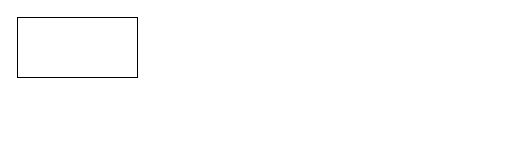
The draw.io diagram 未命名绘图.drawio in chalme/image, before the edit. Source tidied: cells renumbered, new cells numbered last; positions are measured from the earlier drawing's top-left corner, leaving out a move shared by most shapes. Both pictures are drawn from the tidied source at 100%, with x=0, y=0 at pixel (17, 17).
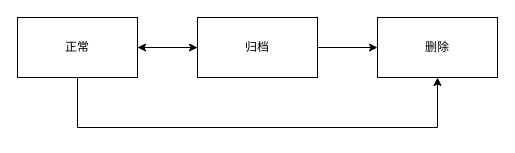
The same diagram, later.

Commit message:
更新未命名绘图.drawio

The edit, as a diff of the source:
```diff
@@
 <mxGraphModel>
   <root>
     <mxCell id="0" />
     <mxCell id="1" parent="0" />
+    <mxCell id="3" style="edgeStyle=orthogonalEdgeStyle;rounded=0;jettySize=auto;html=1;" parent="1" edge="1" source="2" target="7">
+      <mxGeometry relative="1" as="geometry" />
+    </mxCell>
+    <mxCell id="4" style="edgeStyle=orthogonalEdgeStyle;rounded=0;jettySize=auto;html=1;entryX=0.5;entryY=0;entryDx=0;entryDy=0;exitX=0.5;exitY=0;exitDx=0;exitDy=0;" parent="1" edge="1" source="2" target="8">
+      <mxGeometry relative="1" as="geometry">
+        <Array as="points">
+          <mxPoint x="60" y="110" />
+          <mxPoint x="420" y="110" />
+        </Array>
+      </mxGeometry>
+    </mxCell>
-    <mxCell id="2" style="rounded=0;whiteSpace=wrap;html=1;direction=west;" parent="1" vertex="1">
+    <mxCell id="2" value="正常" style="rounded=0;whiteSpace=wrap;html=1;direction=west;" parent="1" vertex="1">
       <mxGeometry width="120" height="60" as="geometry" />
     </mxCell>
+    <mxCell id="5" style="edgeStyle=orthogonalEdgeStyle;rounded=0;jettySize=auto;html=1;" parent="1" edge="1" source="7" target="8">
+      <mxGeometry relative="1" as="geometry" />
+    </mxCell>
+    <mxCell id="6" style="edgeStyle=orthogonalEdgeStyle;rounded=0;jettySize=auto;html=1;" parent="1" edge="1" source="7" target="2">
+      <mxGeometry relative="1" as="geometry" />
+    </mxCell>
+    <mxCell id="7" value="归档" style="rounded=0;whiteSpace=wrap;html=1;direction=west;" parent="1" vertex="1">
+      <mxGeometry x="180" width="120" height="60" as="geometry" />
+    </mxCell>
+    <mxCell id="8" value="删除" style="rounded=0;whiteSpace=wrap;html=1;direction=west;" parent="1" vertex="1">
+      <mxGeometry x="360" width="120" height="60" as="geometry" />
+    </mxCell>
   </root>
 </mxGraphModel>
```
